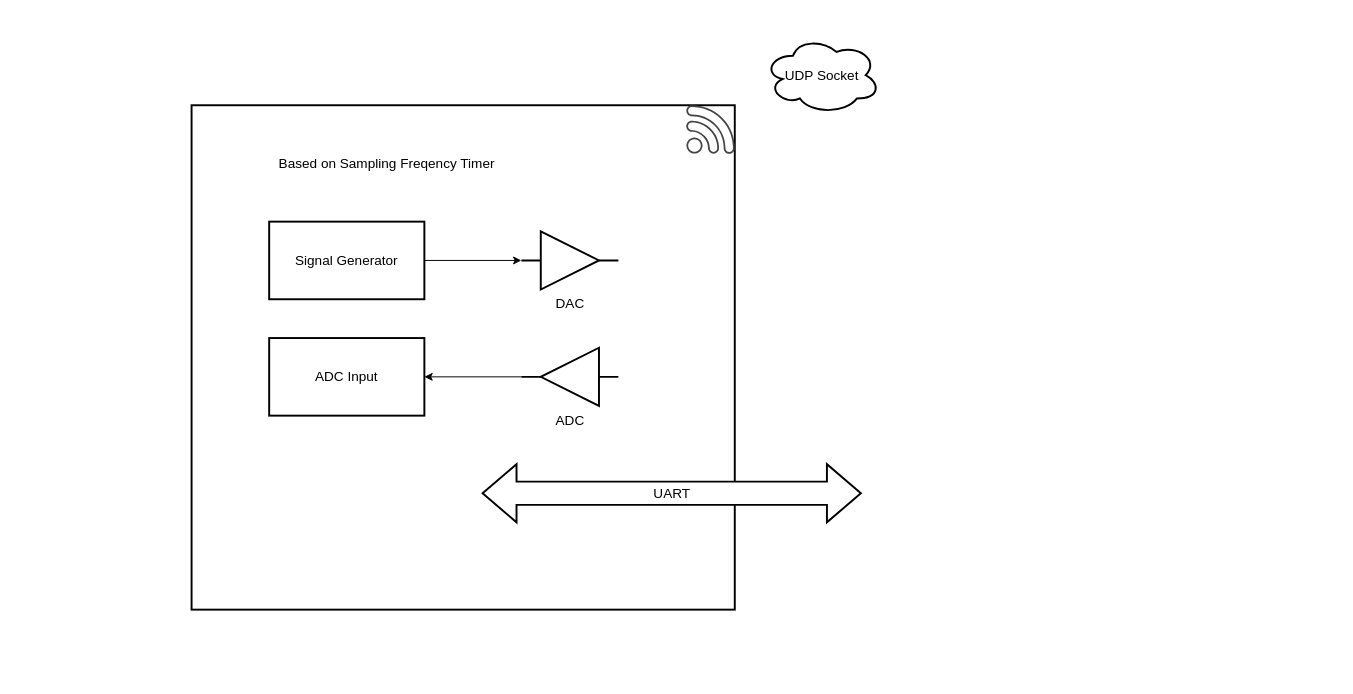
RWU-EMM/Embedded-Project keeps this draw.io diagram as project/block_diagram.drawio. Above is the earlier version. Source tidied: cells renumbered, new cells numbered last; positions are measured from the earlier drawing's top-left corner, leaving out a move shared by most shapes. Both pictures are drawn from the tidied source at 97%, with x=0, y=0 at pixel (191, 36).
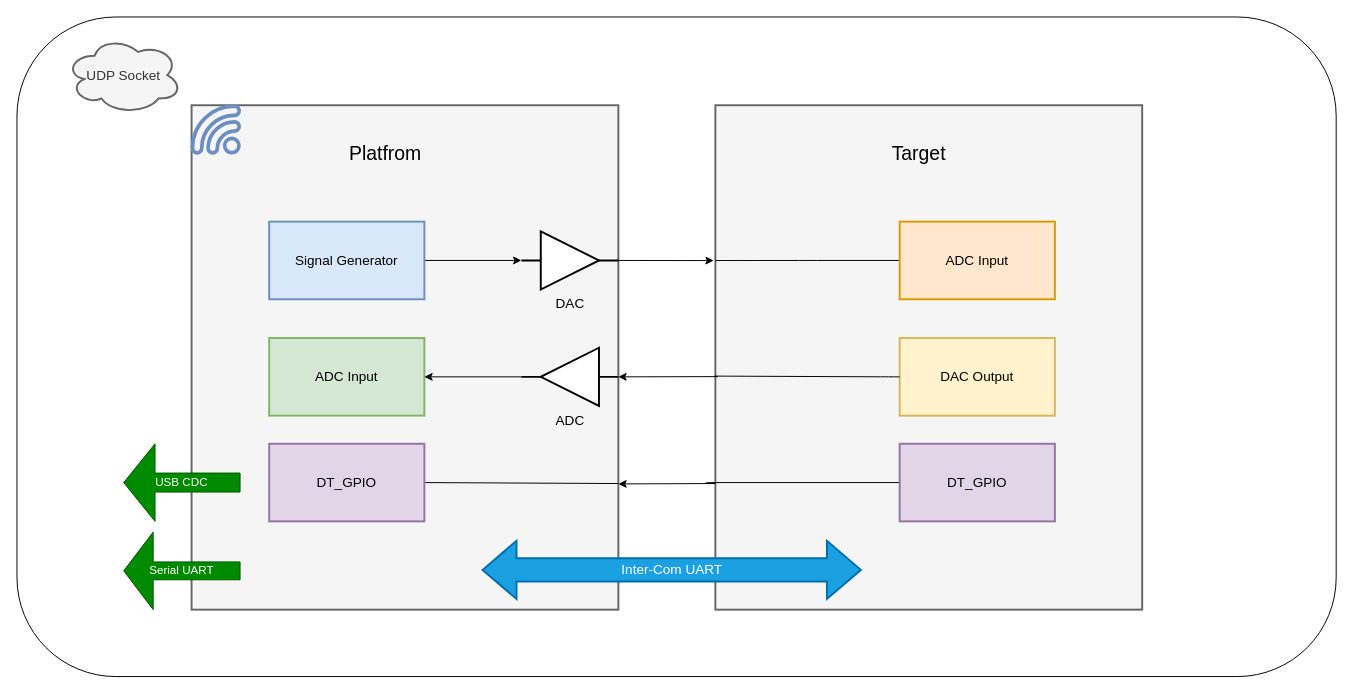
The same page after the edit.

The change refers to these unchanged cells:
```xml
<mxCell id="6" value="DAC" style="verticalLabelPosition=bottom;shadow=0;dashed=0;align=center;html=1;verticalAlign=top;shape=mxgraph.electrical.logic_gates.buffer2;rounded=0;strokeColor=default;strokeWidth=2;fontFamily=Helvetica;fontSize=14;fontColor=default;fillColor=default;" parent="1" vertex="1">
  <mxGeometry x="340" y="201" width="100" height="60" as="geometry" />
</mxCell>
<mxCell id="8" value="ADC" style="verticalLabelPosition=bottom;shadow=0;dashed=0;align=center;html=1;verticalAlign=top;shape=mxgraph.electrical.logic_gates.buffer2;rounded=0;strokeColor=default;strokeWidth=2;fontFamily=Helvetica;fontSize=14;fontColor=default;fillColor=default;flipH=1;" parent="1" vertex="1">
  <mxGeometry x="340" y="321" width="100" height="60" as="geometry" />
</mxCell>
```

What changed in the source:
```diff
@@
+    <mxCell id="13" style="rounded=1;whiteSpace=wrap;html=1;" parent="1" vertex="1">
+      <mxGeometry x="-180" y="-20" width="1360" height="680" as="geometry" />
+    </mxCell>
+    <mxCell id="14" style="edgeStyle=none;html=1;exitX=0;exitY=0.75;exitDx=0;exitDy=0;" parent="1" edge="1" source="15">
+      <mxGeometry relative="1" as="geometry">
+        <mxPoint x="440" y="461.4" as="targetPoint" />
+      </mxGeometry>
+    </mxCell>
+    <mxCell id="15" style="rounded=0;whiteSpace=wrap;html=1;strokeColor=#666666;strokeWidth=2;align=center;verticalAlign=middle;fontFamily=Helvetica;fontSize=14;fontColor=#333333;fillColor=#f5f5f5;" parent="1" vertex="1">
+      <mxGeometry x="540" y="71" width="440" height="520" as="geometry" />
+    </mxCell>
-    <mxCell id="2" style="rounded=0;whiteSpace=wrap;html=1;strokeColor=default;strokeWidth=2;align=center;verticalAlign=middle;fontFamily=Helvetica;fontSize=14;fontColor=default;fillColor=default;" parent="1" vertex="1">
-      <mxGeometry y="71" width="560" height="520" as="geometry" />
+    <mxCell id="2" style="rounded=0;whiteSpace=wrap;html=1;strokeWidth=2;align=center;verticalAlign=middle;fontFamily=Helvetica;fontSize=14;fillColor=#f5f5f5;fontColor=#333333;strokeColor=#666666;" parent="1" vertex="1">
+      <mxGeometry y="71" width="440" height="520" as="geometry" />
     </mxCell>
@@
-    <mxCell id="4" value="Signal Generator" style="rounded=0;whiteSpace=wrap;html=1;fontSize=14;strokeWidth=2;" parent="1" vertex="1">
+    <mxCell id="4" value="Signal Generator" style="rounded=0;whiteSpace=wrap;html=1;fontSize=14;strokeWidth=2;fillColor=#dae8fc;strokeColor=#6c8ebf;" parent="1" vertex="1">
       <mxGeometry x="80" y="191" width="160" height="80" as="geometry" />
     </mxCell>
-    <mxCell id="5" value="ADC Input" style="rounded=0;whiteSpace=wrap;html=1;fontSize=14;strokeWidth=2;" parent="1" vertex="1">
+    <mxCell id="5" value="ADC Input" style="rounded=0;whiteSpace=wrap;html=1;fontSize=14;strokeWidth=2;fillColor=#d5e8d4;strokeColor=#82b366;" parent="1" vertex="1">
       <mxGeometry x="80" y="311" width="160" height="80" as="geometry" />
     </mxCell>
@@
-    <mxCell id="9" value="Based on Sampling Freqency Timer" style="text;html=1;align=center;verticalAlign=middle;whiteSpace=wrap;rounded=0;fontFamily=Helvetica;fontSize=14;fontColor=default;" parent="1" vertex="1">
-      <mxGeometry x="80" y="111" width="242.5" height="40" as="geometry" />
-    </mxCell>
-    <mxCell id="10" value="UART" style="html=1;shadow=0;dashed=0;align=center;verticalAlign=middle;shape=mxgraph.arrows2.twoWayArrow;dy=0.6;dx=35;rounded=0;strokeColor=default;strokeWidth=2;fontFamily=Helvetica;fontSize=14;fontColor=default;fillColor=default;" parent="1" vertex="1">
-      <mxGeometry x="300" y="441" width="390" height="60" as="geometry" />
+    <mxCell id="10" value="Inter-Com UART" style="html=1;shadow=0;dashed=0;align=center;verticalAlign=middle;shape=mxgraph.arrows2.twoWayArrow;dy=0.6;dx=35;rounded=0;strokeColor=#006EAF;strokeWidth=2;fontFamily=Helvetica;fontSize=14;fontColor=#ffffff;fillColor=#1ba1e2;" parent="1" vertex="1">
+      <mxGeometry x="300" y="520" width="390" height="60" as="geometry" />
     </mxCell>
-    <mxCell id="11" style="sketch=0;shadow=0;dashed=0;html=1;strokeColor=none;fillColor=#434445;labelPosition=center;verticalLabelPosition=bottom;verticalAlign=top;align=center;shape=mxgraph.vvd.wi_fi;rounded=0;strokeWidth=2;fontFamily=Helvetica;fontSize=14;fontColor=default;" parent="1" vertex="1">
-      <mxGeometry x="510" y="71" width="50" height="50" as="geometry" />
+    <mxCell id="11" style="sketch=0;shadow=0;dashed=0;html=1;strokeColor=#6c8ebf;fillColor=#dae8fc;labelPosition=center;verticalLabelPosition=bottom;verticalAlign=top;align=center;shape=mxgraph.vvd.wi_fi;rounded=0;strokeWidth=2;fontFamily=Helvetica;fontSize=14;direction=north;" parent="1" vertex="1">
+      <mxGeometry y="71" width="50" height="50" as="geometry" />
     </mxCell>
-    <mxCell id="12" value="UDP Socket" style="ellipse;shape=cloud;whiteSpace=wrap;html=1;rounded=0;strokeColor=default;strokeWidth=2;align=center;verticalAlign=middle;fontFamily=Helvetica;fontSize=14;fontColor=default;fillColor=default;" parent="1" vertex="1">
-      <mxGeometry x="590" width="120" height="80" as="geometry" />
+    <mxCell id="12" value="UDP Socket" style="ellipse;shape=cloud;whiteSpace=wrap;html=1;rounded=0;strokeColor=#666666;strokeWidth=2;align=center;verticalAlign=middle;fontFamily=Helvetica;fontSize=14;fontColor=#333333;fillColor=#f5f5f5;" parent="1" vertex="1">
+      <mxGeometry x="-130" width="120" height="80" as="geometry" />
     </mxCell>
+    <mxCell id="16" style="edgeStyle=none;html=1;exitX=1;exitY=0.5;exitDx=0;exitDy=0;entryX=1;entryY=0.75;entryDx=0;entryDy=0;startArrow=none;startFill=0;endArrow=none;endFill=0;" parent="1" edge="1" source="17" target="2">
+      <mxGeometry relative="1" as="geometry" />
+    </mxCell>
+    <mxCell id="17" value="DT_GPIO" style="rounded=0;whiteSpace=wrap;html=1;fontSize=14;strokeWidth=2;fillColor=#e1d5e7;strokeColor=#9673a6;" parent="1" vertex="1">
+      <mxGeometry x="80" y="420" width="160" height="80" as="geometry" />
+    </mxCell>
+    <mxCell id="18" style="edgeStyle=none;html=1;exitX=1;exitY=0.5;exitDx=0;exitDy=0;entryX=-0.004;entryY=0.308;entryDx=0;entryDy=0;entryPerimeter=0;" parent="1" edge="1" source="6" target="15">
+      <mxGeometry relative="1" as="geometry" />
+    </mxCell>
+    <mxCell id="19" style="edgeStyle=none;html=1;exitX=1;exitY=0.5;exitDx=0;exitDy=0;entryX=0.006;entryY=0.538;entryDx=0;entryDy=0;entryPerimeter=0;startArrow=classic;startFill=1;endArrow=none;endFill=0;" parent="1" edge="1" source="8" target="15">
+      <mxGeometry relative="1" as="geometry" />
+    </mxCell>
+    <mxCell id="20" value="Platfrom" style="text;html=1;align=center;verticalAlign=middle;whiteSpace=wrap;rounded=0;fontSize=20;" parent="1" vertex="1">
+      <mxGeometry x="170" y="100" width="60" height="40" as="geometry" />
+    </mxCell>
+    <mxCell id="21" value="Target" style="text;html=1;align=center;verticalAlign=middle;whiteSpace=wrap;rounded=0;fontSize=20;" parent="1" vertex="1">
+      <mxGeometry x="720" y="100" width="60" height="40" as="geometry" />
+    </mxCell>
+    <mxCell id="22" style="edgeStyle=orthogonalEdgeStyle;html=1;exitX=0;exitY=0.5;exitDx=0;exitDy=0;startArrow=none;startFill=0;endArrow=none;endFill=0;" parent="1" edge="1" source="23">
+      <mxGeometry relative="1" as="geometry">
+        <mxPoint x="540" y="231.1" as="targetPoint" />
+      </mxGeometry>
+    </mxCell>
+    <mxCell id="23" value="ADC Input" style="rounded=0;whiteSpace=wrap;html=1;fontSize=14;strokeWidth=2;fillColor=#ffe6cc;strokeColor=#d79b00;" parent="1" vertex="1">
+      <mxGeometry x="730" y="191" width="160" height="80" as="geometry" />
+    </mxCell>
+    <mxCell id="24" value="DAC Output" style="rounded=0;whiteSpace=wrap;html=1;fontSize=14;strokeWidth=2;fillColor=#fff2cc;strokeColor=#d6b656;" parent="1" vertex="1">
+      <mxGeometry x="730" y="311" width="160" height="80" as="geometry" />
+    </mxCell>
+    <mxCell id="25" style="edgeStyle=orthogonalEdgeStyle;html=1;exitX=0;exitY=0.5;exitDx=0;exitDy=0;entryX=0;entryY=0.75;entryDx=0;entryDy=0;startArrow=none;startFill=0;endArrow=none;endFill=0;" parent="1" edge="1" source="26" target="15">
+      <mxGeometry relative="1" as="geometry">
+        <Array as="points">
+          <mxPoint x="530" y="460" />
+        </Array>
+      </mxGeometry>
+    </mxCell>
+    <mxCell id="26" value="DT_GPIO" style="rounded=0;whiteSpace=wrap;html=1;fontSize=14;strokeWidth=2;fillColor=#e1d5e7;strokeColor=#9673a6;" parent="1" vertex="1">
+      <mxGeometry x="730" y="420" width="160" height="80" as="geometry" />
+    </mxCell>
+    <mxCell id="27" style="edgeStyle=orthogonalEdgeStyle;html=1;exitX=0;exitY=0.5;exitDx=0;exitDy=0;entryX=-0.002;entryY=0.537;entryDx=0;entryDy=0;entryPerimeter=0;endArrow=none;endFill=0;" parent="1" edge="1" source="24" target="15">
+      <mxGeometry relative="1" as="geometry">
+        <Array as="points">
+          <mxPoint x="720" y="351" />
+          <mxPoint x="530" y="350" />
+        </Array>
+      </mxGeometry>
+    </mxCell>
+    <mxCell id="28" value="Serial UART" style="shape=singleArrow;direction=west;whiteSpace=wrap;html=1;fillColor=#008a00;fontColor=#ffffff;strokeColor=#005700;arrowWidth=0.23102815047554373;arrowSize=0.25362340954766815;" parent="1" vertex="1">
+      <mxGeometry x="-70" y="511" width="120" height="80" as="geometry" />
+    </mxCell>
+    <mxCell id="29" value="USB CDC" style="shape=singleArrow;direction=west;whiteSpace=wrap;html=1;fillColor=#008a00;fontColor=#ffffff;strokeColor=#005700;arrowWidth=0.24515858525815873;arrowSize=0.2694339475769931;" parent="1" vertex="1">
+      <mxGeometry x="-70" y="420" width="120" height="80" as="geometry" />
+    </mxCell>
```
